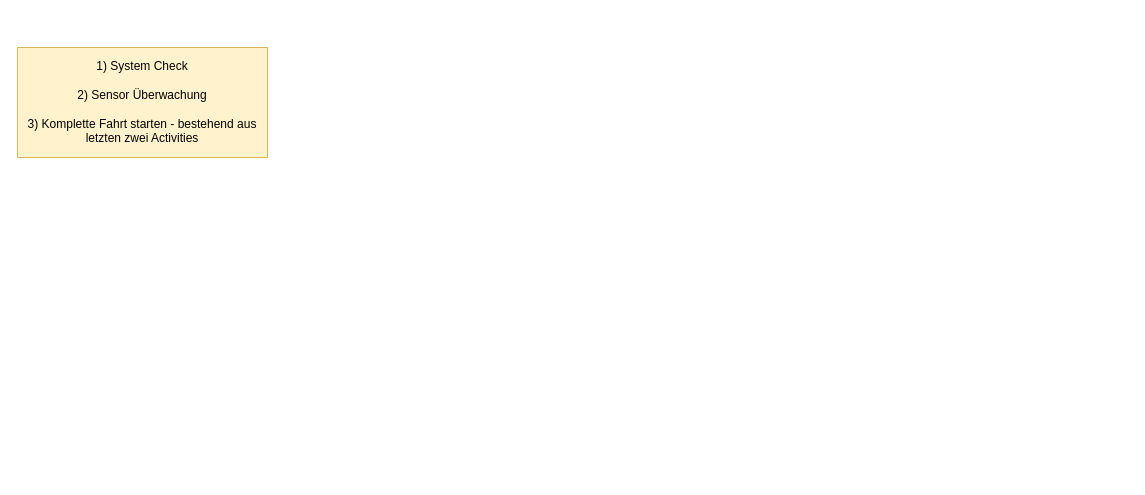
Before: page "Aktivitätsdiagramme" (2 of 5) of auto_system.drawio in AdamSatzkeHSE/UML_Grundkurs_SANDATA, a draw.io diagram. Source tidied: cells renumbered, new cells numbered last; positions are measured from the earlier drawing's top-left corner, leaving out a move shared by most shapes. Both pictures are drawn from the tidied source at 100%, with x=0, y=0 at pixel (17, 47).
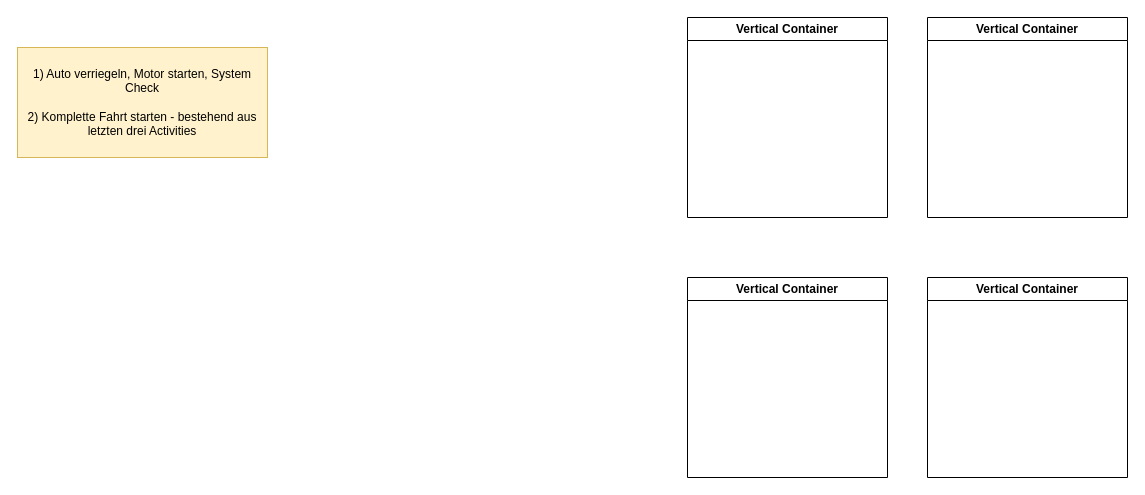
The same diagram, later.

Commit message (it also covers changes not shown here):
auto system - activity diagram

Change to the diagram source:
```diff
@@
 <mxGraphModel>
   <root>
     <mxCell id="0" />
     <mxCell id="1" parent="0" />
-    <mxCell id="2" value="1) System Check&lt;div&gt;&lt;br&gt;&lt;/div&gt;&lt;div&gt;2) Sensor Überwachung&lt;/div&gt;&lt;div&gt;&lt;br&gt;&lt;/div&gt;&lt;div&gt;3) Komplette Fahrt starten - bestehend aus letzten zwei Activities&lt;/div&gt;" style="whiteSpace=wrap;html=1;fillColor=#fff2cc;strokeColor=#d6b656;" parent="1" vertex="1">
+    <mxCell id="2" value="1) Auto verriegeln, Motor starten, System Check&lt;div&gt;&lt;br&gt;&lt;/div&gt;&lt;div&gt;2) Komplette Fahrt starten - bestehend aus letzten drei Activities&lt;/div&gt;" style="whiteSpace=wrap;html=1;fillColor=#fff2cc;strokeColor=#d6b656;" parent="1" vertex="1">
       <mxGeometry width="250" height="110" as="geometry" />
     </mxCell>
+    <mxCell id="3" value="Vertical Container" style="swimlane;whiteSpace=wrap;html=1;" parent="1" vertex="1">
+      <mxGeometry x="670" y="-30" width="200" height="200" as="geometry" />
+    </mxCell>
+    <mxCell id="4" value="Vertical Container" style="swimlane;whiteSpace=wrap;html=1;" parent="1" vertex="1">
+      <mxGeometry x="670" y="230" width="200" height="200" as="geometry" />
+    </mxCell>
+    <mxCell id="5" value="Vertical Container" style="swimlane;whiteSpace=wrap;html=1;" parent="1" vertex="1">
+      <mxGeometry x="910" y="-30" width="200" height="200" as="geometry" />
+    </mxCell>
+    <mxCell id="6" value="Vertical Container" style="swimlane;whiteSpace=wrap;html=1;" parent="1" vertex="1">
+      <mxGeometry x="910" y="230" width="200" height="200" as="geometry" />
+    </mxCell>
   </root>
 </mxGraphModel>
```
